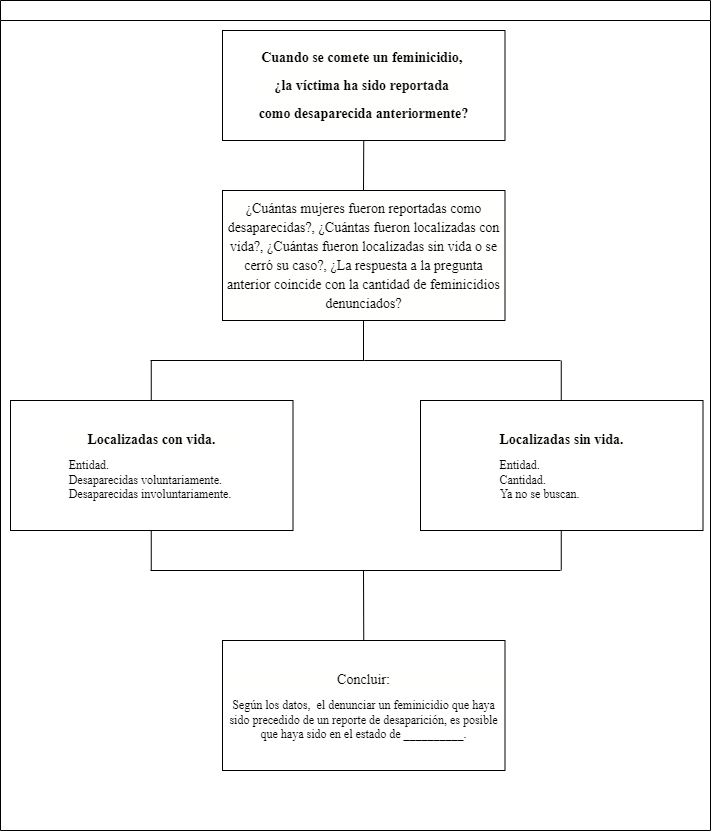
Above: Proyecto 2/Diagramas/DiagramaGeneral.drawio.png in melrepa/MCD_IngCaracteristicas (draw.io), before the change. Source tidied: cells renumbered, new cells last; positions are measured from the earlier drawing's top-left corner, leaving out a move shared by most shapes. The source it was exported from:
```xml
<mxGraphModel>
  <root>
    <mxCell id="0" />
    <mxCell id="1" parent="0" />
    <mxCell id="2" style="swimlane;html=1;startSize=20;horizontal=1;containerType=tree;glass=0;" parent="1" vertex="1">
      <mxGeometry width="710" height="830" as="geometry" />
    </mxCell>
    <mxCell id="3" value="&lt;p style=&quot;line-height: 1;&quot;&gt;&lt;/p&gt;&lt;h1 style=&quot;background-color: rgb(255, 255, 254); line-height: 19px; font-size: 14px;&quot;&gt;&lt;b style=&quot;&quot;&gt;&lt;font style=&quot;font-size: 14px;&quot; face=&quot;Times New Roman&quot;&gt;Cuando&amp;nbsp;se&amp;nbsp;comete&amp;nbsp;un&amp;nbsp;feminicidio,&amp;nbsp;&lt;/font&gt;&lt;/b&gt;&lt;/h1&gt;&lt;h1 style=&quot;background-color: rgb(255, 255, 254); line-height: 19px; font-size: 14px;&quot;&gt;&lt;b&gt;&lt;font style=&quot;font-size: 14px;&quot; face=&quot;Times New Roman&quot;&gt;¿la&amp;nbsp;víctima&amp;nbsp;ha&amp;nbsp;sido&amp;nbsp;reportada&amp;nbsp;&lt;/font&gt;&lt;/b&gt;&lt;/h1&gt;&lt;h1 style=&quot;background-color: rgb(255, 255, 254); line-height: 19px; font-size: 14px;&quot;&gt;&lt;b style=&quot;&quot;&gt;&lt;font style=&quot;font-size: 14px;&quot; face=&quot;Times New Roman&quot;&gt;como&amp;nbsp;desaparecida&amp;nbsp;anteriormente?&lt;/font&gt;&lt;/b&gt;&lt;/h1&gt;&lt;p&gt;&lt;/p&gt;" style="rounded=0;whiteSpace=wrap;html=1;align=center;" parent="2" vertex="1">
      <mxGeometry x="222" y="30" width="282.5" height="110" as="geometry" />
    </mxCell>
    <mxCell id="4" value="&lt;p style=&quot;line-height: 1;&quot;&gt;&lt;/p&gt;&lt;h1 style=&quot;background-color: rgb(255, 255, 254); line-height: 19px; font-size: 14px;&quot;&gt;&lt;font style=&quot;font-weight: normal;&quot; face=&quot;Times New Roman&quot;&gt;¿Cuántas mujeres fueron reportadas como desaparecidas?, ¿Cuántas fueron localizadas con vida?, ¿Cuántas fueron localizadas sin vida o se cerró su caso?, ¿La respuesta a la pregunta anterior coincide con la cantidad de feminicidios denunciados?&lt;/font&gt;&lt;/h1&gt;&lt;p&gt;&lt;/p&gt;" style="rounded=0;whiteSpace=wrap;html=1;align=center;" parent="2" vertex="1">
      <mxGeometry x="222" y="190" width="282.5" height="130" as="geometry" />
    </mxCell>
    <mxCell id="5" value="&lt;p style=&quot;line-height: 1;&quot;&gt;&lt;/p&gt;&lt;h1 style=&quot;background-color: rgb(255, 255, 254); line-height: 19px; font-size: 14px;&quot;&gt;&lt;font style=&quot;&quot; face=&quot;Times New Roman&quot;&gt;Localizadas con vida.&lt;/font&gt;&lt;/h1&gt;&lt;div style=&quot;text-align: left;&quot;&gt;&lt;font style=&quot;font-weight: normal;&quot; face=&quot;Times New Roman&quot;&gt;Entidad.&lt;/font&gt;&lt;/div&gt;&lt;div style=&quot;text-align: left;&quot;&gt;&lt;font style=&quot;font-weight: normal;&quot; face=&quot;Times New Roman&quot;&gt;Desaparecidas voluntariamente.&lt;/font&gt;&lt;/div&gt;&lt;div style=&quot;text-align: left;&quot;&gt;&lt;font style=&quot;font-weight: normal;&quot; face=&quot;Times New Roman&quot;&gt;Desaparecidas involuntariamente.&amp;nbsp;&lt;/font&gt;&lt;/div&gt;&lt;p&gt;&lt;/p&gt;" style="rounded=0;whiteSpace=wrap;html=1;align=center;" parent="2" vertex="1">
      <mxGeometry x="10" y="400" width="282.5" height="130" as="geometry" />
    </mxCell>
    <mxCell id="6" value="&lt;p style=&quot;line-height: 1;&quot;&gt;&lt;/p&gt;&lt;h1 style=&quot;background-color: rgb(255, 255, 254); line-height: 19px; font-size: 14px;&quot;&gt;&lt;font style=&quot;&quot; face=&quot;Times New Roman&quot;&gt;Localizadas sin vida.&lt;/font&gt;&lt;/h1&gt;&lt;div style=&quot;text-align: left;&quot;&gt;&lt;font style=&quot;font-weight: normal;&quot; face=&quot;Times New Roman&quot;&gt;Entidad.&lt;/font&gt;&lt;/div&gt;&lt;div style=&quot;text-align: left;&quot;&gt;&lt;span style=&quot;font-family: &amp;quot;Times New Roman&amp;quot;; background-color: initial;&quot;&gt;Cantidad.&lt;/span&gt;&lt;/div&gt;&lt;div style=&quot;text-align: left;&quot;&gt;&lt;span style=&quot;font-family: &amp;quot;Times New Roman&amp;quot;; background-color: initial;&quot;&gt;Ya no se buscan.&lt;/span&gt;&lt;span style=&quot;background-color: initial; font-family: &amp;quot;Times New Roman&amp;quot;;&quot;&gt;&amp;nbsp;&lt;/span&gt;&lt;/div&gt;&lt;p&gt;&lt;/p&gt;" style="rounded=0;whiteSpace=wrap;html=1;align=center;" parent="2" vertex="1">
      <mxGeometry x="420" y="400" width="282.5" height="130" as="geometry" />
    </mxCell>
    <mxCell id="7" value="&lt;p style=&quot;line-height: 1;&quot;&gt;&lt;/p&gt;&lt;h1 style=&quot;background-color: rgb(255, 255, 254); line-height: 19px; font-size: 14px;&quot;&gt;&lt;font style=&quot;font-weight: normal;&quot; face=&quot;Times New Roman&quot;&gt;Concluir:&lt;/font&gt;&lt;/h1&gt;&lt;div&gt;&lt;font style=&quot;font-weight: normal;&quot; face=&quot;Times New Roman&quot;&gt;Según los datos,&amp;nbsp; el denunciar un feminicidio que haya sido precedido de un reporte de desaparición, es posible que haya sido en el estado de __________.&lt;/font&gt;&lt;/div&gt;&lt;p&gt;&lt;/p&gt;" style="rounded=0;whiteSpace=wrap;html=1;align=center;" parent="2" vertex="1">
      <mxGeometry x="222" y="640" width="282.5" height="130" as="geometry" />
    </mxCell>
    <mxCell id="8" style="endArrow=none;html=1;rounded=0;fontFamily=Times New Roman;fontSize=14;" parent="2" edge="1">
      <mxGeometry relative="1" as="geometry">
        <mxPoint x="363" y="360" as="sourcePoint" />
        <mxPoint x="363" y="320" as="targetPoint" />
      </mxGeometry>
    </mxCell>
    <mxCell id="9" style="endArrow=none;html=1;rounded=0;fontFamily=Times New Roman;fontSize=14;" parent="2" edge="1">
      <mxGeometry relative="1" as="geometry">
        <mxPoint x="364" y="360" as="sourcePoint" />
        <mxPoint x="560" y="360" as="targetPoint" />
      </mxGeometry>
    </mxCell>
    <mxCell id="10" style="endArrow=none;html=1;rounded=0;fontFamily=Times New Roman;fontSize=14;" parent="2" edge="1">
      <mxGeometry relative="1" as="geometry">
        <mxPoint x="150" y="360" as="sourcePoint" />
        <mxPoint x="364" y="360" as="targetPoint" />
      </mxGeometry>
    </mxCell>
    <mxCell id="11" style="endArrow=none;html=1;rounded=0;fontFamily=Times New Roman;fontSize=14;" parent="2" edge="1">
      <mxGeometry relative="1" as="geometry">
        <mxPoint x="560.8" y="400" as="sourcePoint" />
        <mxPoint x="560.8" y="360" as="targetPoint" />
      </mxGeometry>
    </mxCell>
    <mxCell id="12" style="endArrow=none;html=1;rounded=0;fontFamily=Times New Roman;fontSize=14;" parent="2" edge="1">
      <mxGeometry relative="1" as="geometry">
        <mxPoint x="150.8" y="400" as="sourcePoint" />
        <mxPoint x="150.8" y="360" as="targetPoint" />
      </mxGeometry>
    </mxCell>
    <mxCell id="13" style="endArrow=none;html=1;rounded=0;fontFamily=Times New Roman;fontSize=14;" parent="2" edge="1">
      <mxGeometry relative="1" as="geometry">
        <mxPoint x="150.8" y="570" as="sourcePoint" />
        <mxPoint x="150.8" y="530" as="targetPoint" />
      </mxGeometry>
    </mxCell>
    <mxCell id="14" style="endArrow=none;html=1;rounded=0;fontFamily=Times New Roman;fontSize=14;" parent="2" edge="1">
      <mxGeometry relative="1" as="geometry">
        <mxPoint x="560.8" y="570" as="sourcePoint" />
        <mxPoint x="560.8" y="530" as="targetPoint" />
      </mxGeometry>
    </mxCell>
    <mxCell id="15" style="endArrow=none;html=1;rounded=0;fontFamily=Times New Roman;fontSize=14;" parent="2" edge="1">
      <mxGeometry relative="1" as="geometry">
        <mxPoint x="150" y="570" as="sourcePoint" />
        <mxPoint x="560" y="570" as="targetPoint" />
      </mxGeometry>
    </mxCell>
    <mxCell id="16" style="endArrow=none;html=1;rounded=0;fontFamily=Times New Roman;fontSize=14;exitX=0.5;exitY=0;exitDx=0;exitDy=0;" parent="2" edge="1" source="7">
      <mxGeometry relative="1" as="geometry">
        <mxPoint x="363" y="570" as="targetPoint" />
      </mxGeometry>
    </mxCell>
    <mxCell id="17" style="endArrow=none;html=1;rounded=0;fontFamily=Times New Roman;fontSize=14;entryX=0.5;entryY=1;entryDx=0;entryDy=0;" parent="2" edge="1" target="3">
      <mxGeometry relative="1" as="geometry">
        <mxPoint x="363" y="190" as="sourcePoint" />
      </mxGeometry>
    </mxCell>
  </root>
</mxGraphModel>
```
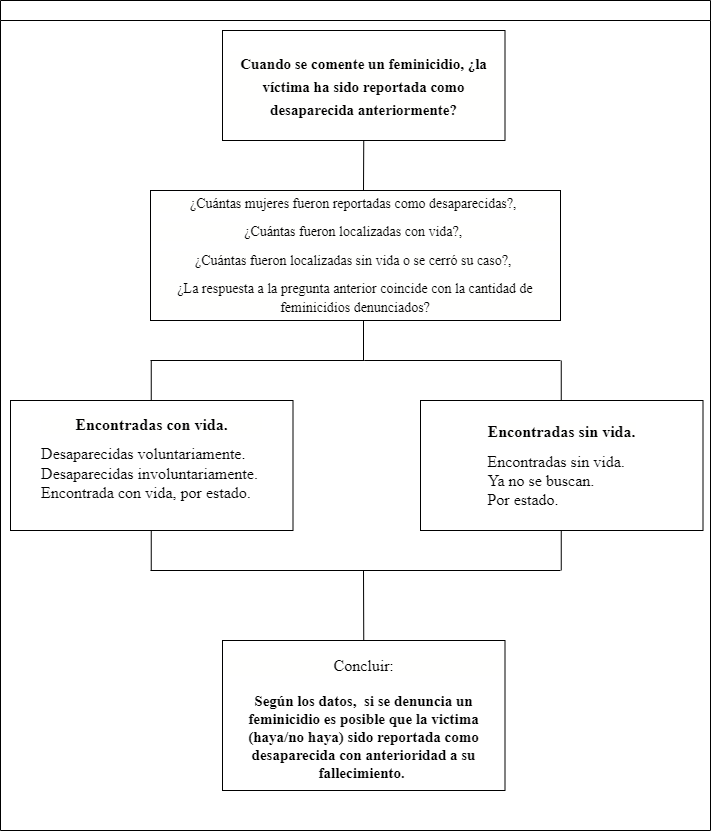
Above is the later version.

What changed in the source:
```diff
@@ -5,20 +5,20 @@
     <mxCell id="2" style="swimlane;html=1;startSize=20;horizontal=1;containerType=tree;glass=0;" parent="1" vertex="1">
       <mxGeometry width="710" height="830" as="geometry" />
     </mxCell>
-    <mxCell id="3" value="&lt;p style=&quot;line-height: 1;&quot;&gt;&lt;/p&gt;&lt;h1 style=&quot;background-color: rgb(255, 255, 254); line-height: 19px; font-size: 14px;&quot;&gt;&lt;b style=&quot;&quot;&gt;&lt;font style=&quot;font-size: 14px;&quot; face=&quot;Times New Roman&quot;&gt;Cuando&amp;nbsp;se&amp;nbsp;comete&amp;nbsp;un&amp;nbsp;feminicidio,&amp;nbsp;&lt;/font&gt;&lt;/b&gt;&lt;/h1&gt;&lt;h1 style=&quot;background-color: rgb(255, 255, 254); line-height: 19px; font-size: 14px;&quot;&gt;&lt;b&gt;&lt;font style=&quot;font-size: 14px;&quot; face=&quot;Times New Roman&quot;&gt;¿la&amp;nbsp;víctima&amp;nbsp;ha&amp;nbsp;sido&amp;nbsp;reportada&amp;nbsp;&lt;/font&gt;&lt;/b&gt;&lt;/h1&gt;&lt;h1 style=&quot;background-color: rgb(255, 255, 254); line-height: 19px; font-size: 14px;&quot;&gt;&lt;b style=&quot;&quot;&gt;&lt;font style=&quot;font-size: 14px;&quot; face=&quot;Times New Roman&quot;&gt;como&amp;nbsp;desaparecida&amp;nbsp;anteriormente?&lt;/font&gt;&lt;/b&gt;&lt;/h1&gt;&lt;p&gt;&lt;/p&gt;" style="rounded=0;whiteSpace=wrap;html=1;align=center;" parent="2" vertex="1">
+    <mxCell id="3" value="&lt;p style=&quot;line-height: 1;&quot;&gt;&lt;/p&gt;&lt;h1 style=&quot;background-color: rgb(255, 255, 254); line-height: 19px;&quot;&gt;&lt;b style=&quot;&quot;&gt;&lt;font style=&quot;font-size: 15px;&quot; face=&quot;Times New Roman&quot;&gt;Cuando se comente un feminicidio, ¿la víctima ha sido reportada como desaparecida anteriormente?&lt;/font&gt;&lt;/b&gt;&lt;/h1&gt;&lt;p&gt;&lt;/p&gt;" style="rounded=0;whiteSpace=wrap;html=1;align=center;" parent="2" vertex="1">
       <mxGeometry x="222" y="30" width="282.5" height="110" as="geometry" />
     </mxCell>
-    <mxCell id="4" value="&lt;p style=&quot;line-height: 1;&quot;&gt;&lt;/p&gt;&lt;h1 style=&quot;background-color: rgb(255, 255, 254); line-height: 19px; font-size: 14px;&quot;&gt;&lt;font style=&quot;font-weight: normal;&quot; face=&quot;Times New Roman&quot;&gt;¿Cuántas mujeres fueron reportadas como desaparecidas?, ¿Cuántas fueron localizadas con vida?, ¿Cuántas fueron localizadas sin vida o se cerró su caso?, ¿La respuesta a la pregunta anterior coincide con la cantidad de feminicidios denunciados?&lt;/font&gt;&lt;/h1&gt;&lt;p&gt;&lt;/p&gt;" style="rounded=0;whiteSpace=wrap;html=1;align=center;" parent="2" vertex="1">
-      <mxGeometry x="222" y="190" width="282.5" height="130" as="geometry" />
+    <mxCell id="4" value="&lt;p style=&quot;line-height: 1;&quot;&gt;&lt;/p&gt;&lt;h1 style=&quot;background-color: rgb(255, 255, 254); line-height: 19px; font-size: 14px;&quot;&gt;&lt;font style=&quot;font-weight: normal; font-size: 14px;&quot; face=&quot;Times New Roman&quot;&gt;¿Cuántas mujeres fueron reportadas como desaparecidas?,&amp;nbsp;&lt;/font&gt;&lt;/h1&gt;&lt;h1 style=&quot;background-color: rgb(255, 255, 254); line-height: 19px; font-size: 14px;&quot;&gt;&lt;font style=&quot;font-weight: normal; font-size: 14px;&quot; face=&quot;Times New Roman&quot;&gt;¿Cuántas fueron localizadas con vida?,&amp;nbsp;&lt;/font&gt;&lt;/h1&gt;&lt;h1 style=&quot;background-color: rgb(255, 255, 254); line-height: 19px; font-size: 14px;&quot;&gt;&lt;font style=&quot;font-weight: normal; font-size: 14px;&quot; face=&quot;Times New Roman&quot;&gt;¿Cuántas fueron localizadas sin vida o se cerró su caso?,&amp;nbsp;&lt;/font&gt;&lt;/h1&gt;&lt;h1 style=&quot;background-color: rgb(255, 255, 254); line-height: 19px; font-size: 14px;&quot;&gt;&lt;font style=&quot;font-weight: normal; font-size: 14px;&quot; face=&quot;Times New Roman&quot;&gt;¿La respuesta a la pregunta anterior coincide con la cantidad de feminicidios denunciados?&lt;/font&gt;&lt;/h1&gt;&lt;p&gt;&lt;/p&gt;" style="rounded=0;whiteSpace=wrap;html=1;align=center;" parent="2" vertex="1">
+      <mxGeometry x="150" y="190" width="410" height="130" as="geometry" />
     </mxCell>
-    <mxCell id="5" value="&lt;p style=&quot;line-height: 1;&quot;&gt;&lt;/p&gt;&lt;h1 style=&quot;background-color: rgb(255, 255, 254); line-height: 19px; font-size: 14px;&quot;&gt;&lt;font style=&quot;&quot; face=&quot;Times New Roman&quot;&gt;Localizadas con vida.&lt;/font&gt;&lt;/h1&gt;&lt;div style=&quot;text-align: left;&quot;&gt;&lt;font style=&quot;font-weight: normal;&quot; face=&quot;Times New Roman&quot;&gt;Entidad.&lt;/font&gt;&lt;/div&gt;&lt;div style=&quot;text-align: left;&quot;&gt;&lt;font style=&quot;font-weight: normal;&quot; face=&quot;Times New Roman&quot;&gt;Desaparecidas voluntariamente.&lt;/font&gt;&lt;/div&gt;&lt;div style=&quot;text-align: left;&quot;&gt;&lt;font style=&quot;font-weight: normal;&quot; face=&quot;Times New Roman&quot;&gt;Desaparecidas involuntariamente.&amp;nbsp;&lt;/font&gt;&lt;/div&gt;&lt;p&gt;&lt;/p&gt;" style="rounded=0;whiteSpace=wrap;html=1;align=center;" parent="2" vertex="1">
+    <mxCell id="5" value="&lt;p style=&quot;line-height: 1;&quot;&gt;&lt;/p&gt;&lt;h1 style=&quot;background-color: rgb(255, 255, 254); line-height: 19px; font-size: 16px;&quot;&gt;&lt;font style=&quot;font-size: 16px;&quot; face=&quot;Times New Roman&quot;&gt;Encontradas con vida.&lt;/font&gt;&lt;/h1&gt;&lt;div style=&quot;text-align: left; font-size: 16px;&quot;&gt;&lt;font style=&quot;font-size: 16px;&quot;&gt;&lt;span style=&quot;font-family: &amp;quot;Times New Roman&amp;quot;; background-color: initial;&quot;&gt;Desaparecidas voluntariamente.&lt;/span&gt;&lt;br&gt;&lt;/font&gt;&lt;/div&gt;&lt;div style=&quot;text-align: left; font-size: 16px;&quot;&gt;&lt;font style=&quot;font-weight: normal; font-size: 16px;&quot; face=&quot;Times New Roman&quot;&gt;Desaparecidas involuntariamente.&amp;nbsp;&lt;/font&gt;&lt;/div&gt;&lt;div style=&quot;text-align: left; font-size: 16px;&quot;&gt;&lt;font style=&quot;font-weight: normal; font-size: 16px;&quot; face=&quot;Times New Roman&quot;&gt;Encontrada con vida, por estado.&lt;/font&gt;&lt;/div&gt;&lt;div style=&quot;text-align: left;&quot;&gt;&lt;font style=&quot;font-weight: normal;&quot; face=&quot;Times New Roman&quot;&gt;&lt;br&gt;&lt;/font&gt;&lt;/div&gt;&lt;p&gt;&lt;/p&gt;" style="rounded=0;whiteSpace=wrap;html=1;align=center;" parent="2" vertex="1">
       <mxGeometry x="10" y="400" width="282.5" height="130" as="geometry" />
     </mxCell>
-    <mxCell id="6" value="&lt;p style=&quot;line-height: 1;&quot;&gt;&lt;/p&gt;&lt;h1 style=&quot;background-color: rgb(255, 255, 254); line-height: 19px; font-size: 14px;&quot;&gt;&lt;font style=&quot;&quot; face=&quot;Times New Roman&quot;&gt;Localizadas sin vida.&lt;/font&gt;&lt;/h1&gt;&lt;div style=&quot;text-align: left;&quot;&gt;&lt;font style=&quot;font-weight: normal;&quot; face=&quot;Times New Roman&quot;&gt;Entidad.&lt;/font&gt;&lt;/div&gt;&lt;div style=&quot;text-align: left;&quot;&gt;&lt;span style=&quot;font-family: &amp;quot;Times New Roman&amp;quot;; background-color: initial;&quot;&gt;Cantidad.&lt;/span&gt;&lt;/div&gt;&lt;div style=&quot;text-align: left;&quot;&gt;&lt;span style=&quot;font-family: &amp;quot;Times New Roman&amp;quot;; background-color: initial;&quot;&gt;Ya no se buscan.&lt;/span&gt;&lt;span style=&quot;background-color: initial; font-family: &amp;quot;Times New Roman&amp;quot;;&quot;&gt;&amp;nbsp;&lt;/span&gt;&lt;/div&gt;&lt;p&gt;&lt;/p&gt;" style="rounded=0;whiteSpace=wrap;html=1;align=center;" parent="2" vertex="1">
+    <mxCell id="6" value="&lt;p style=&quot;line-height: 1;&quot;&gt;&lt;/p&gt;&lt;h1 style=&quot;background-color: rgb(255, 255, 254); line-height: 19px; font-size: 16px;&quot;&gt;&lt;font style=&quot;font-size: 16px;&quot; face=&quot;Times New Roman&quot;&gt;Encontradas sin vida.&lt;/font&gt;&lt;/h1&gt;&lt;div style=&quot;text-align: left; font-size: 16px;&quot;&gt;&lt;font style=&quot;font-weight: normal; font-size: 16px;&quot; face=&quot;Times New Roman&quot;&gt;Encontradas sin vida.&lt;/font&gt;&lt;/div&gt;&lt;div style=&quot;text-align: left; font-size: 16px;&quot;&gt;&lt;font style=&quot;font-size: 16px;&quot;&gt;&lt;span style=&quot;font-family: &amp;quot;Times New Roman&amp;quot;; background-color: initial;&quot;&gt;Ya no se buscan.&lt;/span&gt;&lt;span style=&quot;background-color: initial; font-family: &amp;quot;Times New Roman&amp;quot;;&quot;&gt;&amp;nbsp;&lt;/span&gt;&lt;/font&gt;&lt;/div&gt;&lt;div style=&quot;text-align: left; font-size: 16px;&quot;&gt;&lt;span style=&quot;font-family: &amp;quot;Times New Roman&amp;quot;;&quot;&gt;&lt;font style=&quot;font-size: 16px;&quot;&gt;Por estado.&lt;/font&gt;&lt;/span&gt;&lt;span style=&quot;font-size: 13px; background-color: initial; font-family: &amp;quot;Times New Roman&amp;quot;;&quot;&gt;&lt;br&gt;&lt;/span&gt;&lt;/div&gt;&lt;p&gt;&lt;/p&gt;" style="rounded=0;whiteSpace=wrap;html=1;align=center;" parent="2" vertex="1">
       <mxGeometry x="420" y="400" width="282.5" height="130" as="geometry" />
     </mxCell>
-    <mxCell id="7" value="&lt;p style=&quot;line-height: 1;&quot;&gt;&lt;/p&gt;&lt;h1 style=&quot;background-color: rgb(255, 255, 254); line-height: 19px; font-size: 14px;&quot;&gt;&lt;font style=&quot;font-weight: normal;&quot; face=&quot;Times New Roman&quot;&gt;Concluir:&lt;/font&gt;&lt;/h1&gt;&lt;div&gt;&lt;font style=&quot;font-weight: normal;&quot; face=&quot;Times New Roman&quot;&gt;Según los datos,&amp;nbsp; el denunciar un feminicidio que haya sido precedido de un reporte de desaparición, es posible que haya sido en el estado de __________.&lt;/font&gt;&lt;/div&gt;&lt;p&gt;&lt;/p&gt;" style="rounded=0;whiteSpace=wrap;html=1;align=center;" parent="2" vertex="1">
-      <mxGeometry x="222" y="640" width="282.5" height="130" as="geometry" />
+    <mxCell id="7" value="&lt;p style=&quot;line-height: 1;&quot;&gt;&lt;/p&gt;&lt;h1 style=&quot;background-color: rgb(255, 255, 254); line-height: 19px;&quot;&gt;&lt;font style=&quot;font-weight: normal;&quot; face=&quot;Times New Roman&quot;&gt;&lt;font style=&quot;font-size: 16px;&quot;&gt;Concluir&lt;/font&gt;&lt;span style=&quot;font-size: 14px;&quot;&gt;:&lt;/span&gt;&lt;/font&gt;&lt;/h1&gt;&lt;div&gt;&lt;b style=&quot;font-family: &amp;quot;Times New Roman&amp;quot;; font-size: 15px;&quot;&gt;Según los datos,&amp;nbsp; si se denuncia un feminicidio es posible que la victima (haya/no haya) sido reportada como desaparecida con anterioridad a su fallecimiento.&amp;nbsp;&lt;/b&gt;&lt;br&gt;&lt;/div&gt;&lt;p&gt;&lt;/p&gt;" style="rounded=0;whiteSpace=wrap;html=1;align=center;" parent="2" vertex="1">
+      <mxGeometry x="222" y="640" width="282.5" height="150" as="geometry" />
     </mxCell>
     <mxCell id="8" style="endArrow=none;html=1;rounded=0;fontFamily=Times New Roman;fontSize=14;" parent="2" edge="1">
       <mxGeometry relative="1" as="geometry">
```
